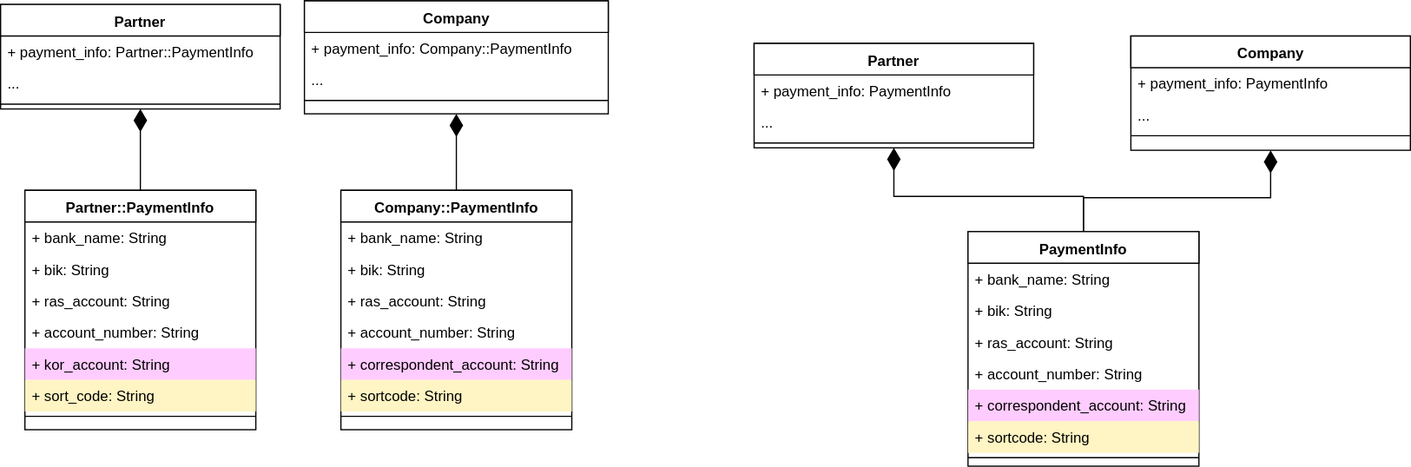
Above: payment-info.svg in ajile/draw-io (draw.io), before the change. Source tidied: cells renumbered, new cells last; positions are measured from the earlier drawing's top-left corner, leaving out a move shared by most shapes.
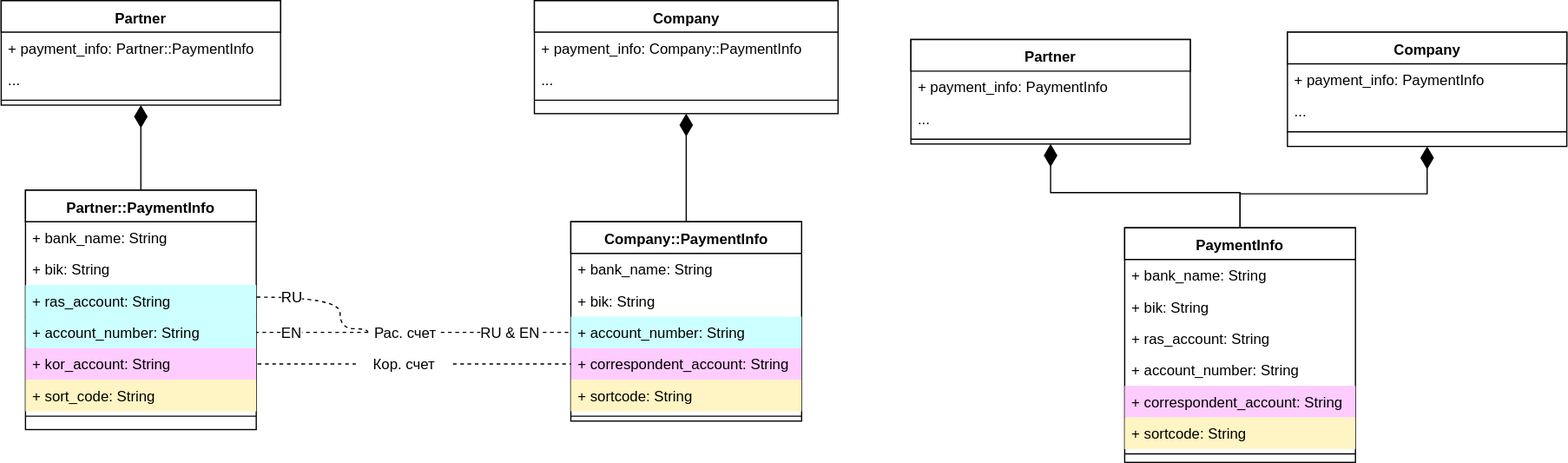
After the change.

Change to the diagram source:
```diff
@@ -6,7 +6,7 @@
       <mxGeometry relative="1" as="geometry" />
     </mxCell>
     <mxCell id="3" value="Partner::&lt;span&gt;PaymentInfo&lt;/span&gt;" style="swimlane;html=1;fontStyle=1;align=center;verticalAlign=top;horizontal=1;startSize=26;swimlaneFillColor=#ffffff;" parent="1" vertex="1">
-      <mxGeometry x="20" y="156" width="190" height="197" as="geometry" />
+      <mxGeometry x="21" y="159" width="190" height="197" as="geometry" />
     </mxCell>
     <mxCell id="4" value="+ bank_name: String" style="text;html=1;strokeColor=none;fillColor=none;align=left;verticalAlign=top;spacingLeft=4;spacingRight=4;whiteSpace=wrap;overflow=hidden;" parent="3" vertex="1">
       <mxGeometry y="26" width="190" height="26" as="geometry" />
@@ -14,10 +14,10 @@
     <mxCell id="5" value="+ bik: String" style="text;html=1;strokeColor=none;fillColor=none;align=left;verticalAlign=top;spacingLeft=4;spacingRight=4;whiteSpace=wrap;overflow=hidden;" parent="3" vertex="1">
       <mxGeometry y="52" width="190" height="26" as="geometry" />
     </mxCell>
-    <mxCell id="6" value="+ ras_account: String" style="text;html=1;strokeColor=none;fillColor=none;align=left;verticalAlign=top;spacingLeft=4;spacingRight=4;whiteSpace=wrap;overflow=hidden;points=[[0,0.5],[1,0.5]];portConstraint=eastwest;" parent="3" vertex="1">
+    <mxCell id="6" value="+ ras_account: String" style="text;html=1;strokeColor=none;fillColor=#CCFFFF;align=left;verticalAlign=top;spacingLeft=4;spacingRight=4;whiteSpace=wrap;overflow=hidden;points=[[0,0.5],[1,0.5]];portConstraint=eastwest;" parent="3" vertex="1">
       <mxGeometry y="78" width="190" height="26" as="geometry" />
     </mxCell>
-    <mxCell id="7" value="+ account_number: String" style="text;html=1;strokeColor=none;fillColor=none;align=left;verticalAlign=top;spacingLeft=4;spacingRight=4;whiteSpace=wrap;overflow=hidden;points=[[0,0.5],[1,0.5]];portConstraint=eastwest;" parent="3" vertex="1">
+    <mxCell id="7" value="+ account_number: String" style="text;html=1;strokeColor=none;fillColor=#CCFFFF;align=left;verticalAlign=top;spacingLeft=4;spacingRight=4;whiteSpace=wrap;overflow=hidden;points=[[0,0.5],[1,0.5]];portConstraint=eastwest;" parent="3" vertex="1">
       <mxGeometry y="104" width="190" height="26" as="geometry" />
     </mxCell>
     <mxCell id="8" value="+ kor_account: String" style="text;html=1;strokeColor=none;fillColor=#FFCCFF;align=left;verticalAlign=top;spacingLeft=4;spacingRight=4;whiteSpace=wrap;overflow=hidden;points=[[0,0.5],[1,0.5]];portConstraint=eastwest;" parent="3" vertex="1">
@@ -30,7 +30,7 @@
       <mxGeometry y="182" width="190" height="8" as="geometry" />
     </mxCell>
     <mxCell id="11" value="Company::&lt;span&gt;PaymentInfo&lt;/span&gt;" style="swimlane;html=1;fontStyle=1;align=center;verticalAlign=top;horizontal=1;startSize=26;swimlaneFillColor=#ffffff;" parent="1" vertex="1">
-      <mxGeometry x="280" y="156" width="190" height="197" as="geometry" />
+      <mxGeometry x="470" y="185" width="190" height="164" as="geometry" />
     </mxCell>
     <mxCell id="12" value="+ bank_name: String" style="text;html=1;strokeColor=none;fillColor=none;align=left;verticalAlign=top;spacingLeft=4;spacingRight=4;whiteSpace=wrap;overflow=hidden;" parent="11" vertex="1">
       <mxGeometry y="26" width="190" height="26" as="geometry" />
@@ -38,23 +38,20 @@
     <mxCell id="13" value="+ bik: String" style="text;html=1;strokeColor=none;fillColor=none;align=left;verticalAlign=top;spacingLeft=4;spacingRight=4;whiteSpace=wrap;overflow=hidden;" parent="11" vertex="1">
       <mxGeometry y="52" width="190" height="26" as="geometry" />
     </mxCell>
-    <mxCell id="14" value="+ ras_account: String" style="text;html=1;strokeColor=none;fillColor=none;align=left;verticalAlign=top;spacingLeft=4;spacingRight=4;whiteSpace=wrap;overflow=hidden;" parent="11" vertex="1">
-      <mxGeometry y="78" width="190" height="26" as="geometry" />
-    </mxCell>
-    <mxCell id="15" value="+ account_number: String" style="text;html=1;strokeColor=none;fillColor=none;align=left;verticalAlign=top;spacingLeft=4;spacingRight=4;whiteSpace=wrap;overflow=hidden;points=[[0,0.5],[1,0.5]];portConstraint=eastwest;" parent="11" vertex="1">
-      <mxGeometry y="104" width="190" height="26" as="geometry" />
+    <mxCell id="15" value="+ account_number: String" style="text;html=1;strokeColor=none;fillColor=#CCFFFF;align=left;verticalAlign=top;spacingLeft=4;spacingRight=4;whiteSpace=wrap;overflow=hidden;points=[[0,0.5],[1,0.5]];portConstraint=eastwest;" parent="11" vertex="1">
+      <mxGeometry y="78" width="190" height="26" as="geometry" />
     </mxCell>
     <mxCell id="16" value="+ correspondent_account: String" style="text;html=1;strokeColor=none;fillColor=#FFCCFF;align=left;verticalAlign=top;spacingLeft=4;spacingRight=4;whiteSpace=wrap;overflow=hidden;points=[[0,0.5],[1,0.5]];portConstraint=eastwest;" parent="11" vertex="1">
-      <mxGeometry y="130" width="190" height="26" as="geometry" />
+      <mxGeometry y="104" width="190" height="26" as="geometry" />
     </mxCell>
     <mxCell id="17" value="+ sortcode: String" style="text;html=1;strokeColor=none;fillColor=#FFF4C3;align=left;verticalAlign=top;spacingLeft=4;spacingRight=4;whiteSpace=wrap;overflow=hidden;" parent="11" vertex="1">
-      <mxGeometry y="156" width="190" height="26" as="geometry" />
+      <mxGeometry y="130" width="190" height="26" as="geometry" />
     </mxCell>
     <mxCell id="18" style="line;html=1;strokeWidth=1;fillColor=none;align=left;verticalAlign=middle;spacingTop=-1;spacingLeft=3;spacingRight=3;labelPosition=right;" parent="11" vertex="1">
-      <mxGeometry y="182" width="190" height="8" as="geometry" />
+      <mxGeometry y="156" width="190" height="8" as="geometry" />
     </mxCell>
     <mxCell id="19" value="Partner" style="swimlane;html=1;fontStyle=1;align=center;verticalAlign=top;horizontal=1;startSize=26;swimlaneFillColor=#ffffff;" parent="1" vertex="1">
-      <mxGeometry y="3" width="230" height="86" as="geometry" />
+      <mxGeometry x="1" y="3" width="230" height="86" as="geometry" />
     </mxCell>
     <mxCell id="20" value="+ payment_info: Partner::PaymentInfo" style="text;html=1;strokeColor=none;fillColor=none;align=left;verticalAlign=top;spacingLeft=4;spacingRight=4;whiteSpace=wrap;overflow=hidden;" parent="19" vertex="1">
       <mxGeometry y="26" width="230" height="26" as="geometry" />
@@ -66,7 +63,7 @@
       <mxGeometry y="78" width="230" height="8" as="geometry" />
     </mxCell>
     <mxCell id="23" value="Company" style="swimlane;html=1;fontStyle=1;align=center;verticalAlign=top;horizontal=1;startSize=26;swimlaneFillColor=#ffffff;" parent="1" vertex="1">
-      <mxGeometry x="250" width="250" height="93" as="geometry" />
+      <mxGeometry x="440" y="3" width="250" height="93" as="geometry" />
     </mxCell>
     <mxCell id="24" value="+ payment_info:&amp;nbsp;&lt;span&gt;Company&lt;/span&gt;::PaymentInfo" style="text;html=1;strokeColor=none;fillColor=none;align=left;verticalAlign=top;spacingLeft=4;spacingRight=4;whiteSpace=wrap;overflow=hidden;" parent="23" vertex="1">
       <mxGeometry y="26" width="250" height="26" as="geometry" />
@@ -87,7 +84,7 @@
       <mxGeometry relative="1" as="geometry" />
     </mxCell>
     <mxCell id="30" value="&lt;span&gt;PaymentInfo&lt;/span&gt;" style="swimlane;html=1;fontStyle=1;align=center;verticalAlign=top;horizontal=1;startSize=26;swimlaneFillColor=#ffffff;" parent="1" vertex="1">
-      <mxGeometry x="796" y="190" width="190" height="193" as="geometry" />
+      <mxGeometry x="926" y="190" width="190" height="193" as="geometry" />
     </mxCell>
     <mxCell id="31" value="+ bank_name: String" style="text;html=1;strokeColor=none;fillColor=none;align=left;verticalAlign=top;spacingLeft=4;spacingRight=4;whiteSpace=wrap;overflow=hidden;" parent="30" vertex="1">
       <mxGeometry y="26" width="190" height="26" as="geometry" />
@@ -111,7 +108,7 @@
       <mxGeometry y="182" width="190" height="8" as="geometry" />
     </mxCell>
     <mxCell id="38" value="Company" style="swimlane;html=1;fontStyle=1;align=center;verticalAlign=top;horizontal=1;startSize=26;swimlaneFillColor=#ffffff;" parent="1" vertex="1">
-      <mxGeometry x="930" y="29" width="230" height="94" as="geometry" />
+      <mxGeometry x="1060" y="29" width="230" height="94" as="geometry" />
     </mxCell>
     <mxCell id="39" value="+ payment_info: PaymentInfo" style="text;html=1;strokeColor=none;fillColor=none;align=left;verticalAlign=top;spacingLeft=4;spacingRight=4;whiteSpace=wrap;overflow=hidden;" parent="38" vertex="1">
       <mxGeometry y="26" width="230" height="26" as="geometry" />
@@ -123,7 +120,7 @@
       <mxGeometry y="78" width="230" height="8" as="geometry" />
     </mxCell>
     <mxCell id="42" value="Partner" style="swimlane;html=1;fontStyle=1;align=center;verticalAlign=top;horizontal=1;startSize=26;swimlaneFillColor=#ffffff;" parent="1" vertex="1">
-      <mxGeometry x="620" y="35" width="230" height="86" as="geometry" />
+      <mxGeometry x="750" y="35" width="230" height="86" as="geometry" />
     </mxCell>
     <mxCell id="43" value="+ payment_info: PaymentInfo" style="text;html=1;strokeColor=none;fillColor=none;align=left;verticalAlign=top;spacingLeft=4;spacingRight=4;whiteSpace=wrap;overflow=hidden;" parent="42" vertex="1">
       <mxGeometry y="26" width="230" height="26" as="geometry" />
@@ -134,5 +131,46 @@
     <mxCell id="45" style="line;html=1;strokeWidth=1;fillColor=none;align=left;verticalAlign=middle;spacingTop=-1;spacingLeft=3;spacingRight=3;labelPosition=right;" parent="42" vertex="1">
       <mxGeometry y="78" width="230" height="8" as="geometry" />
     </mxCell>
+    <mxCell id="46" style="edgeStyle=orthogonalEdgeStyle;rounded=0;html=1;entryX=0;entryY=0.5;endArrow=none;endFill=0;endSize=16;jettySize=auto;dashed=1;curved=1;" parent="1" edge="1" source="48" target="16">
+      <mxGeometry relative="1" as="geometry" />
+    </mxCell>
+    <mxCell id="47" style="edgeStyle=orthogonalEdgeStyle;rounded=0;html=1;dashed=1;endArrow=none;endFill=0;endSize=16;jettySize=auto;curved=1;" parent="1" edge="1" source="48" target="8">
+      <mxGeometry relative="1" as="geometry" />
+    </mxCell>
+    <mxCell id="48" value="&lt;span&gt;Кор. счет&lt;/span&gt;" style="text;html=1;strokeColor=none;fillColor=none;align=center;verticalAlign=middle;whiteSpace=wrap;" parent="1" vertex="1">
+      <mxGeometry x="293" y="292" width="80" height="20" as="geometry" />
+    </mxCell>
+    <mxCell id="49" style="edgeStyle=orthogonalEdgeStyle;rounded=0;html=1;entryX=0;entryY=0.5;dashed=1;endArrow=none;endFill=0;endSize=16;jettySize=auto;curved=1;" parent="1" edge="1" source="55" target="15">
+      <mxGeometry relative="1" as="geometry" />
+    </mxCell>
+    <mxCell id="50" value="&lt;span&gt;RU &amp;amp; EN&lt;/span&gt;" style="text;html=1;align=center;verticalAlign=middle;labelBackgroundColor=#ffffff;" parent="49" vertex="1">
+      <mxGeometry x="-0.23" y="-1" relative="1" as="geometry">
+        <mxPoint x="16" y="-2" as="offset" />
+      </mxGeometry>
+    </mxCell>
+    <mxCell id="51" style="edgeStyle=orthogonalEdgeStyle;rounded=0;html=1;dashed=1;endArrow=none;endFill=0;endSize=16;jettySize=auto;curved=1;exitX=0;exitY=0.5;" parent="1" edge="1" source="55" target="6">
+      <mxGeometry relative="1" as="geometry">
+        <Array as="points">
+          <mxPoint x="280" y="273" />
+          <mxPoint x="280" y="247" />
+        </Array>
+      </mxGeometry>
+    </mxCell>
+    <mxCell id="52" value="RU" style="text;html=1;align=center;verticalAlign=middle;labelBackgroundColor=#ffffff;" parent="51" vertex="1">
+      <mxGeometry x="0.47" y="1" relative="1" as="geometry">
+        <mxPoint x="-3" y="-2" as="offset" />
+      </mxGeometry>
+    </mxCell>
+    <mxCell id="53" style="edgeStyle=orthogonalEdgeStyle;rounded=0;html=1;dashed=1;endArrow=none;endFill=0;endSize=16;jettySize=auto;curved=1;" parent="1" edge="1" source="55" target="7">
+      <mxGeometry relative="1" as="geometry" />
+    </mxCell>
+    <mxCell id="54" value="EN" style="text;html=1;align=center;verticalAlign=middle;labelBackgroundColor=#ffffff;" parent="53" vertex="1">
+      <mxGeometry x="0.15" y="2" relative="1" as="geometry">
+        <mxPoint x="-10" y="-3" as="offset" />
+      </mxGeometry>
+    </mxCell>
+    <mxCell id="55" value="&lt;span&gt;Рас. счет&lt;/span&gt;&lt;br&gt;" style="text;html=1;strokeColor=none;fillColor=none;align=center;verticalAlign=middle;whiteSpace=wrap;" parent="1" vertex="1">
+      <mxGeometry x="303" y="266" width="60" height="20" as="geometry" />
+    </mxCell>
   </root>
 </mxGraphModel>
```
